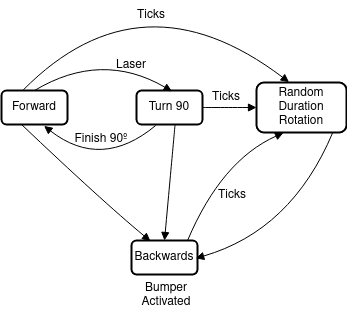
Above: resources/imgs/fms.drawio.png in ioana-pasca/robotica_movil (draw.io), before the change. Source tidied: cells renumbered, new cells last; positions are measured from the earlier drawing's top-left corner, leaving out a move shared by most shapes.
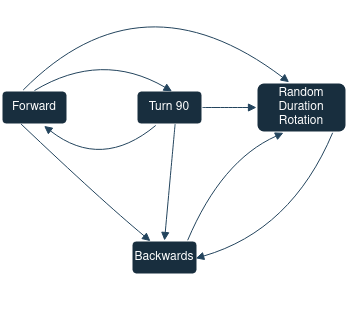
The same diagram one commit later.

What changed in the source:
```diff
@@ -2,82 +2,82 @@
   <root>
     <mxCell id="0" />
     <mxCell id="1" parent="0" />
-    <mxCell id="2" value="Forward" style="whiteSpace=wrap;strokeWidth=2;rounded=1;" parent="1" vertex="1">
+    <mxCell id="2" value="Forward" style="whiteSpace=wrap;strokeWidth=2;rounded=1;labelBackgroundColor=none;fillColor=#182E3E;strokeColor=#FFFFFF;fontColor=#FFFFFF;" parent="1" vertex="1">
       <mxGeometry y="120" width="66" height="34" as="geometry" />
     </mxCell>
-    <mxCell id="3" value="Backwards" style="whiteSpace=wrap;strokeWidth=2;rounded=1;" parent="1" vertex="1">
+    <mxCell id="3" value="Backwards" style="whiteSpace=wrap;strokeWidth=2;rounded=1;labelBackgroundColor=none;fillColor=#182E3E;strokeColor=#FFFFFF;fontColor=#FFFFFF;" parent="1" vertex="1">
       <mxGeometry x="130" y="270" width="66" height="34" as="geometry" />
     </mxCell>
-    <mxCell id="4" value="Turn 90" style="whiteSpace=wrap;strokeWidth=2;rounded=1;" parent="1" vertex="1">
+    <mxCell id="4" value="Turn 90" style="whiteSpace=wrap;strokeWidth=2;rounded=1;labelBackgroundColor=none;fillColor=#182E3E;strokeColor=#FFFFFF;fontColor=#FFFFFF;" parent="1" vertex="1">
       <mxGeometry x="135" y="120" width="66" height="34" as="geometry" />
     </mxCell>
-    <mxCell id="5" value="Random Duration Rotation" style="whiteSpace=wrap;strokeWidth=2;rounded=1;" parent="1" vertex="1">
+    <mxCell id="5" value="Random Duration Rotation" style="whiteSpace=wrap;strokeWidth=2;rounded=1;labelBackgroundColor=none;fillColor=#182E3E;strokeColor=#FFFFFF;fontColor=#FFFFFF;" parent="1" vertex="1">
       <mxGeometry x="255" y="112" width="90" height="50" as="geometry" />
     </mxCell>
-    <mxCell id="6" style="curved=1;startArrow=none;endArrow=block;exitX=0.297;exitY=0.988;entryX=0.287;entryY=0.018;entryDx=0;entryDy=0;entryPerimeter=0;exitDx=0;exitDy=0;exitPerimeter=0;" parent="1" edge="1" source="2" target="3">
+    <mxCell id="6" style="curved=1;startArrow=none;endArrow=block;exitX=0.297;exitY=0.988;entryX=0.287;entryY=0.018;entryDx=0;entryDy=0;entryPerimeter=0;exitDx=0;exitDy=0;exitPerimeter=0;labelBackgroundColor=none;strokeColor=#23445D;fontColor=default;" parent="1" edge="1" source="2" target="3">
       <mxGeometry relative="1" as="geometry">
         <Array as="points">
           <mxPoint x="100" y="230" />
         </Array>
       </mxGeometry>
     </mxCell>
-    <mxCell id="7" style="curved=1;startArrow=none;endArrow=block;exitX=0.5;exitY=0;entryX=0.538;entryY=0.023;exitDx=0;exitDy=0;entryDx=0;entryDy=0;entryPerimeter=0;fontStyle=1;" parent="1" edge="1" source="2" target="4">
+    <mxCell id="7" style="curved=1;startArrow=none;endArrow=block;exitX=0.5;exitY=0;entryX=0.538;entryY=0.023;exitDx=0;exitDy=0;entryDx=0;entryDy=0;entryPerimeter=0;fontStyle=1;labelBackgroundColor=none;strokeColor=#23445D;fontColor=default;" parent="1" edge="1" source="2" target="4">
       <mxGeometry relative="1" as="geometry">
         <Array as="points">
           <mxPoint x="100" y="80" />
         </Array>
       </mxGeometry>
     </mxCell>
-    <mxCell id="8" value="Laser" style="text;html=1;strokeColor=none;fillColor=none;align=center;verticalAlign=middle;whiteSpace=wrap;rounded=0;" parent="1" vertex="1">
+    <mxCell id="8" value="Laser" style="text;html=1;strokeColor=none;fillColor=none;align=center;verticalAlign=middle;whiteSpace=wrap;rounded=0;labelBackgroundColor=none;fontColor=#FFFFFF;" parent="1" vertex="1">
       <mxGeometry x="100" y="80" width="60" height="30" as="geometry" />
     </mxCell>
-    <mxCell id="9" style="curved=1;startArrow=none;endArrow=block;exitX=0.585;exitY=0.988;entryX=0.5;entryY=0;exitDx=0;exitDy=0;entryDx=0;entryDy=0;exitPerimeter=0;" parent="1" edge="1" source="4" target="3">
+    <mxCell id="9" style="curved=1;startArrow=none;endArrow=block;exitX=0.585;exitY=0.988;entryX=0.5;entryY=0;exitDx=0;exitDy=0;entryDx=0;entryDy=0;exitPerimeter=0;labelBackgroundColor=none;strokeColor=#23445D;fontColor=default;" parent="1" edge="1" source="4" target="3">
       <mxGeometry relative="1" as="geometry" />
     </mxCell>
-    <mxCell id="10" style="curved=1;startArrow=none;endArrow=block;exitX=0.846;exitY=1.006;entryX=0.973;entryY=0.525;entryDx=0;entryDy=0;entryPerimeter=0;exitDx=0;exitDy=0;exitPerimeter=0;" parent="1" edge="1" source="5" target="3">
+    <mxCell id="10" style="curved=1;startArrow=none;endArrow=block;exitX=0.846;exitY=1.006;entryX=0.973;entryY=0.525;entryDx=0;entryDy=0;entryPerimeter=0;exitDx=0;exitDy=0;exitPerimeter=0;labelBackgroundColor=none;strokeColor=#23445D;fontColor=default;" parent="1" edge="1" source="5" target="3">
       <mxGeometry relative="1" as="geometry">
         <Array as="points">
           <mxPoint x="290" y="260" />
         </Array>
       </mxGeometry>
     </mxCell>
-    <mxCell id="11" style="curved=1;startArrow=none;endArrow=block;exitX=0.291;exitY=1.029;entryX=0.645;entryY=1.042;exitDx=0;exitDy=0;entryDx=0;entryDy=0;exitPerimeter=0;entryPerimeter=0;" parent="1" edge="1" source="4" target="2">
+    <mxCell id="11" style="curved=1;startArrow=none;endArrow=block;exitX=0.291;exitY=1.029;entryX=0.645;entryY=1.042;exitDx=0;exitDy=0;entryDx=0;entryDy=0;exitPerimeter=0;entryPerimeter=0;labelBackgroundColor=none;strokeColor=#23445D;fontColor=default;" parent="1" edge="1" source="4" target="2">
       <mxGeometry relative="1" as="geometry">
         <Array as="points">
           <mxPoint x="100" y="200" />
         </Array>
       </mxGeometry>
     </mxCell>
-    <mxCell id="12" value="Finish 90º" style="text;html=1;strokeColor=none;fillColor=none;align=center;verticalAlign=middle;whiteSpace=wrap;rounded=0;" parent="1" vertex="1">
+    <mxCell id="12" value="Finish 90º" style="text;html=1;strokeColor=none;fillColor=none;align=center;verticalAlign=middle;whiteSpace=wrap;rounded=0;labelBackgroundColor=none;fontColor=#FFFFFF;" parent="1" vertex="1">
       <mxGeometry x="70" y="154" width="60" height="30" as="geometry" />
     </mxCell>
-    <mxCell id="13" value="Bumper Activated" style="text;html=1;strokeColor=none;fillColor=none;align=center;verticalAlign=middle;whiteSpace=wrap;rounded=0;" parent="1" vertex="1">
+    <mxCell id="13" value="Bumper Activated" style="text;html=1;strokeColor=none;fillColor=none;align=center;verticalAlign=middle;whiteSpace=wrap;rounded=0;labelBackgroundColor=none;fontColor=#FFFFFF;" parent="1" vertex="1">
       <mxGeometry x="135" y="310" width="60" height="30" as="geometry" />
     </mxCell>
-    <mxCell id="14" style="curved=1;startArrow=none;endArrow=block;exitX=0.851;exitY=-0.007;entryX=0.3;entryY=1.006;exitDx=0;exitDy=0;entryDx=0;entryDy=0;exitPerimeter=0;entryPerimeter=0;" parent="1" edge="1" source="3" target="5">
+    <mxCell id="14" style="curved=1;startArrow=none;endArrow=block;exitX=0.851;exitY=-0.007;entryX=0.3;entryY=1.006;exitDx=0;exitDy=0;entryDx=0;entryDy=0;exitPerimeter=0;entryPerimeter=0;labelBackgroundColor=none;strokeColor=#23445D;fontColor=default;" parent="1" edge="1" source="3" target="5">
       <mxGeometry relative="1" as="geometry">
         <Array as="points">
           <mxPoint x="220" y="190" />
         </Array>
       </mxGeometry>
     </mxCell>
-    <mxCell id="15" value="Ticks" style="text;html=1;strokeColor=none;fillColor=none;align=center;verticalAlign=middle;whiteSpace=wrap;rounded=0;" parent="1" vertex="1">
+    <mxCell id="15" value="Ticks" style="text;html=1;strokeColor=none;fillColor=none;align=center;verticalAlign=middle;whiteSpace=wrap;rounded=0;labelBackgroundColor=none;fontColor=#FFFFFF;" parent="1" vertex="1">
       <mxGeometry x="201" y="210" width="60" height="30" as="geometry" />
     </mxCell>
-    <mxCell id="16" style="curved=1;startArrow=none;endArrow=block;exitX=0.329;exitY=-0.015;entryX=0.362;entryY=-0.006;exitDx=0;exitDy=0;entryDx=0;entryDy=0;exitPerimeter=0;entryPerimeter=0;" parent="1" edge="1" source="2" target="5">
+    <mxCell id="16" style="curved=1;startArrow=none;endArrow=block;exitX=0.329;exitY=-0.015;entryX=0.362;entryY=-0.006;exitDx=0;exitDy=0;entryDx=0;entryDy=0;exitPerimeter=0;entryPerimeter=0;labelBackgroundColor=none;strokeColor=#23445D;fontColor=default;" parent="1" edge="1" source="2" target="5">
       <mxGeometry relative="1" as="geometry">
         <Array as="points">
           <mxPoint x="140" />
         </Array>
       </mxGeometry>
     </mxCell>
-    <mxCell id="17" value="Ticks" style="text;html=1;strokeColor=none;fillColor=none;align=center;verticalAlign=middle;whiteSpace=wrap;rounded=0;" parent="1" vertex="1">
+    <mxCell id="17" value="Ticks" style="text;html=1;strokeColor=none;fillColor=none;align=center;verticalAlign=middle;whiteSpace=wrap;rounded=0;labelBackgroundColor=none;fontColor=#FFFFFF;" parent="1" vertex="1">
       <mxGeometry x="120" y="30" width="60" height="30" as="geometry" />
     </mxCell>
-    <mxCell id="18" style="curved=1;startArrow=none;endArrow=block;exitX=1;exitY=0.5;entryX=0;entryY=0.5;exitDx=0;exitDy=0;entryDx=0;entryDy=0;" parent="1" edge="1" source="4" target="5">
+    <mxCell id="18" style="curved=1;startArrow=none;endArrow=block;exitX=1;exitY=0.5;entryX=0;entryY=0.5;exitDx=0;exitDy=0;entryDx=0;entryDy=0;labelBackgroundColor=none;strokeColor=#23445D;fontColor=default;" parent="1" edge="1" source="4" target="5">
       <mxGeometry relative="1" as="geometry" />
     </mxCell>
-    <mxCell id="19" value="Ticks" style="text;html=1;strokeColor=none;fillColor=none;align=center;verticalAlign=middle;whiteSpace=wrap;rounded=0;" parent="1" vertex="1">
+    <mxCell id="19" value="Ticks" style="text;html=1;strokeColor=none;fillColor=none;align=center;verticalAlign=middle;whiteSpace=wrap;rounded=0;labelBackgroundColor=none;fontColor=#FFFFFF;" parent="1" vertex="1">
       <mxGeometry x="195" y="112" width="60" height="30" as="geometry" />
     </mxCell>
   </root>
```
